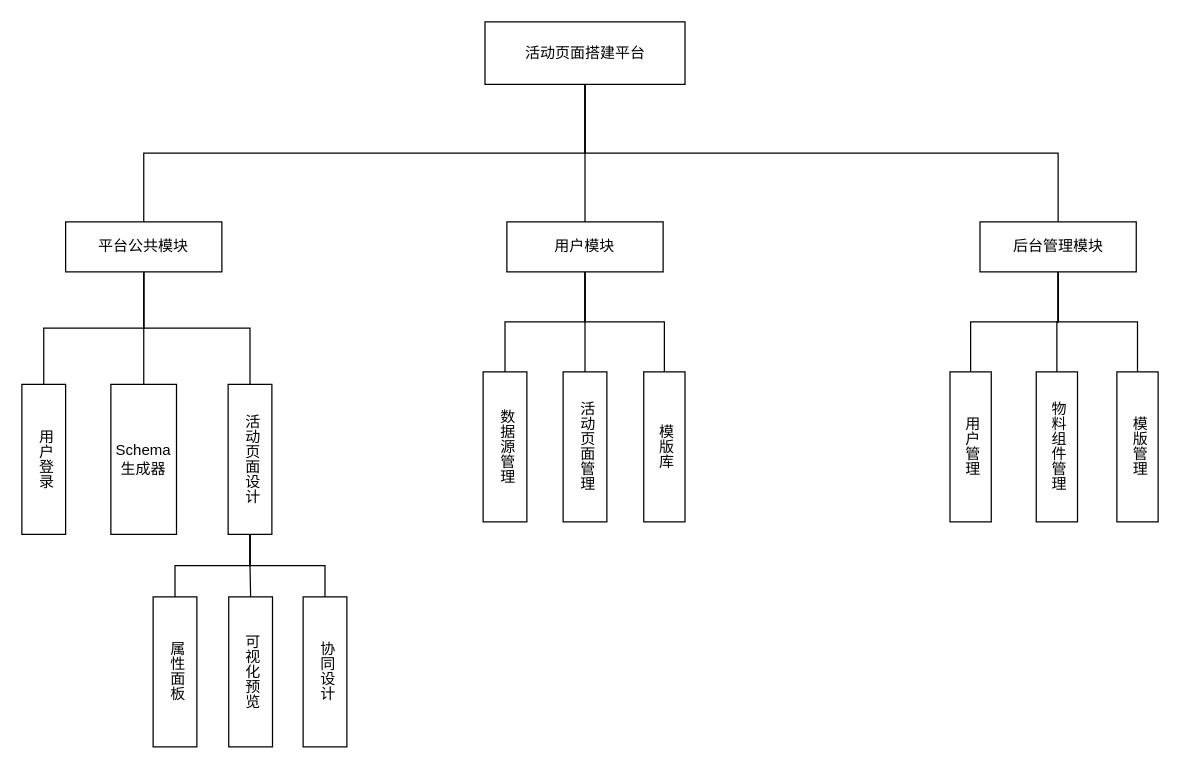
This is 整体框图.drawio from yuxinyu12345/diagrams, a draw.io file, before an edit. Source tidied: cells renumbered, new cells numbered last; positions are measured from the earlier drawing's top-left corner, leaving out a move shared by most shapes. Both pictures are drawn from the tidied source at 125%, with x=0, y=0 at pixel (21, 21).
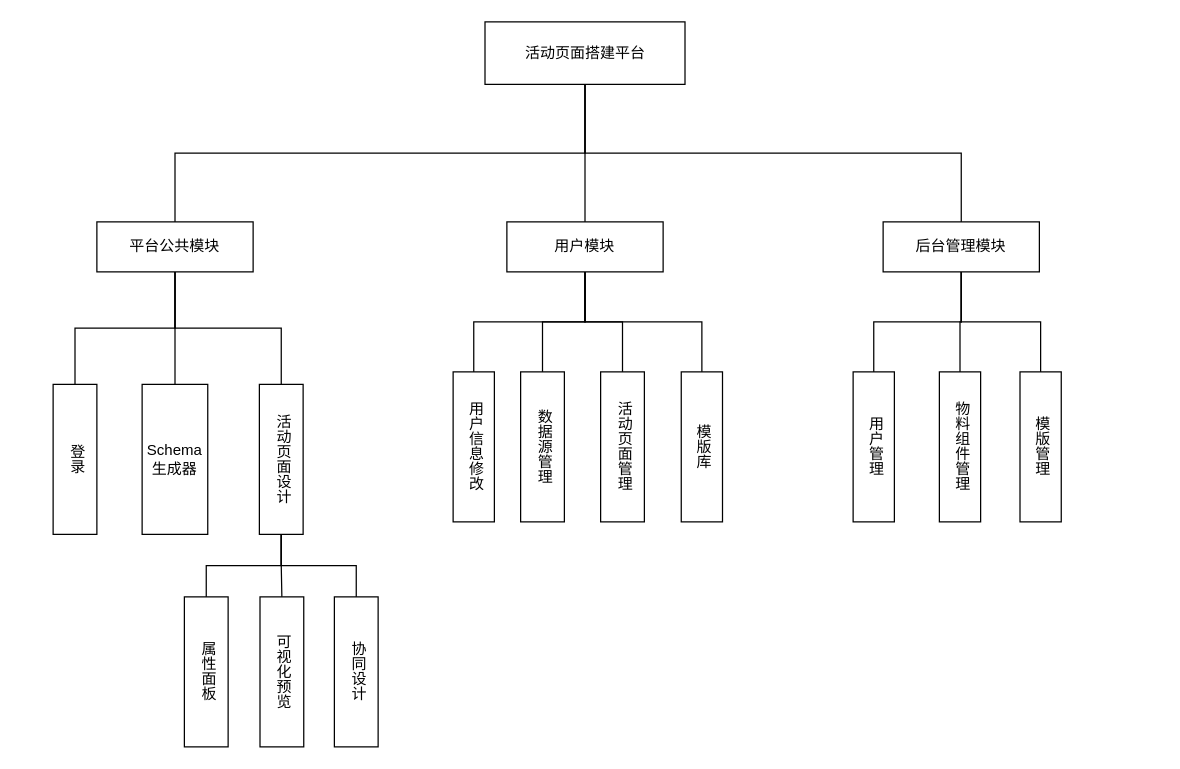
After the change.

Commit message:
更新整体框图.drawio

Unchanged cells that the change refers to:
```xml
<mxCell id="9" value="用户模块" style="rounded=0;whiteSpace=wrap;html=1;" parent="1" vertex="1">
  <mxGeometry x="388" y="160" width="125" height="40" as="geometry" />
</mxCell>
```

What changed in the source:
```diff
@@
+    <mxCell id="33" style="edgeStyle=orthogonalEdgeStyle;rounded=0;jettySize=auto;html=1;exitX=0.5;exitY=1;exitDx=0;exitDy=0;entryX=0.5;entryY=0;entryDx=0;entryDy=0;endArrow=none;endFill=0;" parent="1" edge="1" source="9" target="34">
+      <mxGeometry relative="1" as="geometry" />
+    </mxCell>
@@
     <mxCell id="13" value="后台管理模块" style="rounded=0;whiteSpace=wrap;html=1;" parent="1" vertex="1">
-      <mxGeometry x="766.5" y="160" width="125" height="40" as="geometry" />
+      <mxGeometry x="689" y="160" width="125" height="40" as="geometry" />
     </mxCell>
@@
     <mxCell id="17" value="平台公共模块" style="rounded=0;whiteSpace=wrap;html=1;" parent="1" vertex="1">
-      <mxGeometry x="35" y="160" width="125" height="40" as="geometry" />
+      <mxGeometry x="60" y="160" width="125" height="40" as="geometry" />
     </mxCell>
     <mxCell id="18" value="数据源管理" style="rounded=0;whiteSpace=wrap;html=1;verticalAlign=middle;align=center;labelPosition=center;verticalLabelPosition=middle;textDirection=vertical-rl;" parent="1" vertex="1">
-      <mxGeometry x="369" y="280" width="35" height="120" as="geometry" />
+      <mxGeometry x="399" y="280" width="35" height="120" as="geometry" />
     </mxCell>
     <mxCell id="19" value="活动页面管理" style="rounded=0;whiteSpace=wrap;html=1;verticalAlign=middle;align=center;labelPosition=center;verticalLabelPosition=middle;textDirection=vertical-rl;strokeWidth=1;" parent="1" vertex="1">
-      <mxGeometry x="433" y="280" width="35" height="120" as="geometry" />
+      <mxGeometry x="463" y="280" width="35" height="120" as="geometry" />
     </mxCell>
     <mxCell id="20" value="模版库" style="rounded=0;whiteSpace=wrap;html=1;verticalAlign=middle;align=center;labelPosition=center;verticalLabelPosition=middle;textDirection=vertical-rl;spacing=0;" parent="1" vertex="1">
-      <mxGeometry x="497.5" y="280" width="33" height="120" as="geometry" />
+      <mxGeometry x="527.5" y="280" width="33" height="120" as="geometry" />
     </mxCell>
@@
     <mxCell id="24" value="活动页面设计" style="rounded=0;whiteSpace=wrap;html=1;verticalAlign=middle;align=center;labelPosition=center;verticalLabelPosition=middle;textDirection=vertical-rl;" parent="1" vertex="1">
-      <mxGeometry x="165" y="290" width="35" height="120" as="geometry" />
+      <mxGeometry x="190" y="290" width="35" height="120" as="geometry" />
     </mxCell>
     <mxCell id="25" value="用户管理" style="rounded=0;whiteSpace=wrap;html=1;verticalAlign=middle;align=center;labelPosition=center;verticalLabelPosition=middle;textDirection=vertical-rl;spacing=0;" parent="1" vertex="1">
-      <mxGeometry x="742.5" y="280" width="33" height="120" as="geometry" />
+      <mxGeometry x="665" y="280" width="33" height="120" as="geometry" />
     </mxCell>
     <mxCell id="26" value="物料组件管理" style="rounded=0;whiteSpace=wrap;html=1;verticalAlign=middle;align=center;labelPosition=center;verticalLabelPosition=middle;textDirection=vertical-rl;spacing=0;" parent="1" vertex="1">
-      <mxGeometry x="811.5" y="280" width="33" height="120" as="geometry" />
+      <mxGeometry x="734" y="280" width="33" height="120" as="geometry" />
     </mxCell>
     <mxCell id="27" value="模版管理" style="rounded=0;whiteSpace=wrap;html=1;verticalAlign=middle;align=center;labelPosition=center;verticalLabelPosition=middle;textDirection=vertical-rl;spacing=0;" parent="1" vertex="1">
-      <mxGeometry x="876" y="280" width="33" height="120" as="geometry" />
+      <mxGeometry x="798.5" y="280" width="33" height="120" as="geometry" />
     </mxCell>
     <mxCell id="28" value="Schema&lt;div&gt;生成器&lt;/div&gt;" style="rounded=0;whiteSpace=wrap;html=1;verticalAlign=middle;align=center;labelPosition=center;verticalLabelPosition=middle;textDirection=rtl;" parent="1" vertex="1">
-      <mxGeometry x="71.2" y="290" width="52.5" height="120" as="geometry" />
+      <mxGeometry x="96.2" y="290" width="52.5" height="120" as="geometry" />
     </mxCell>
     <mxCell id="29" value="属性面板" style="rounded=0;whiteSpace=wrap;html=1;verticalAlign=middle;align=center;labelPosition=center;verticalLabelPosition=middle;textDirection=vertical-rl;" parent="1" vertex="1">
-      <mxGeometry x="105" y="460" width="35" height="120" as="geometry" />
+      <mxGeometry x="130" y="460" width="35" height="120" as="geometry" />
     </mxCell>
     <mxCell id="30" value="可视化预览" style="rounded=0;whiteSpace=wrap;html=1;verticalAlign=middle;align=center;labelPosition=center;verticalLabelPosition=middle;textDirection=vertical-rl;" parent="1" vertex="1">
-      <mxGeometry x="165.5" y="460" width="35" height="120" as="geometry" />
+      <mxGeometry x="190.5" y="460" width="35" height="120" as="geometry" />
     </mxCell>
     <mxCell id="31" value="协同设计" style="rounded=0;whiteSpace=wrap;html=1;verticalAlign=middle;align=center;labelPosition=center;verticalLabelPosition=middle;textDirection=vertical-rl;" parent="1" vertex="1">
-      <mxGeometry x="225" y="460" width="35" height="120" as="geometry" />
+      <mxGeometry x="250" y="460" width="35" height="120" as="geometry" />
     </mxCell>
-    <mxCell id="32" value="用户登录" style="rounded=0;whiteSpace=wrap;html=1;verticalAlign=middle;align=center;labelPosition=center;verticalLabelPosition=middle;textDirection=vertical-rl;" parent="1" vertex="1">
-      <mxGeometry y="290" width="35" height="120" as="geometry" />
+    <mxCell id="32" value="登录" style="rounded=0;whiteSpace=wrap;html=1;verticalAlign=middle;align=center;labelPosition=center;verticalLabelPosition=middle;textDirection=vertical-rl;" parent="1" vertex="1">
+      <mxGeometry x="25" y="290" width="35" height="120" as="geometry" />
     </mxCell>
+    <mxCell id="34" value="用户信息修改" style="rounded=0;whiteSpace=wrap;html=1;verticalAlign=middle;align=center;labelPosition=center;verticalLabelPosition=middle;textDirection=vertical-rl;spacing=0;" parent="1" vertex="1">
+      <mxGeometry x="345" y="280" width="33" height="120" as="geometry" />
+    </mxCell>
```
